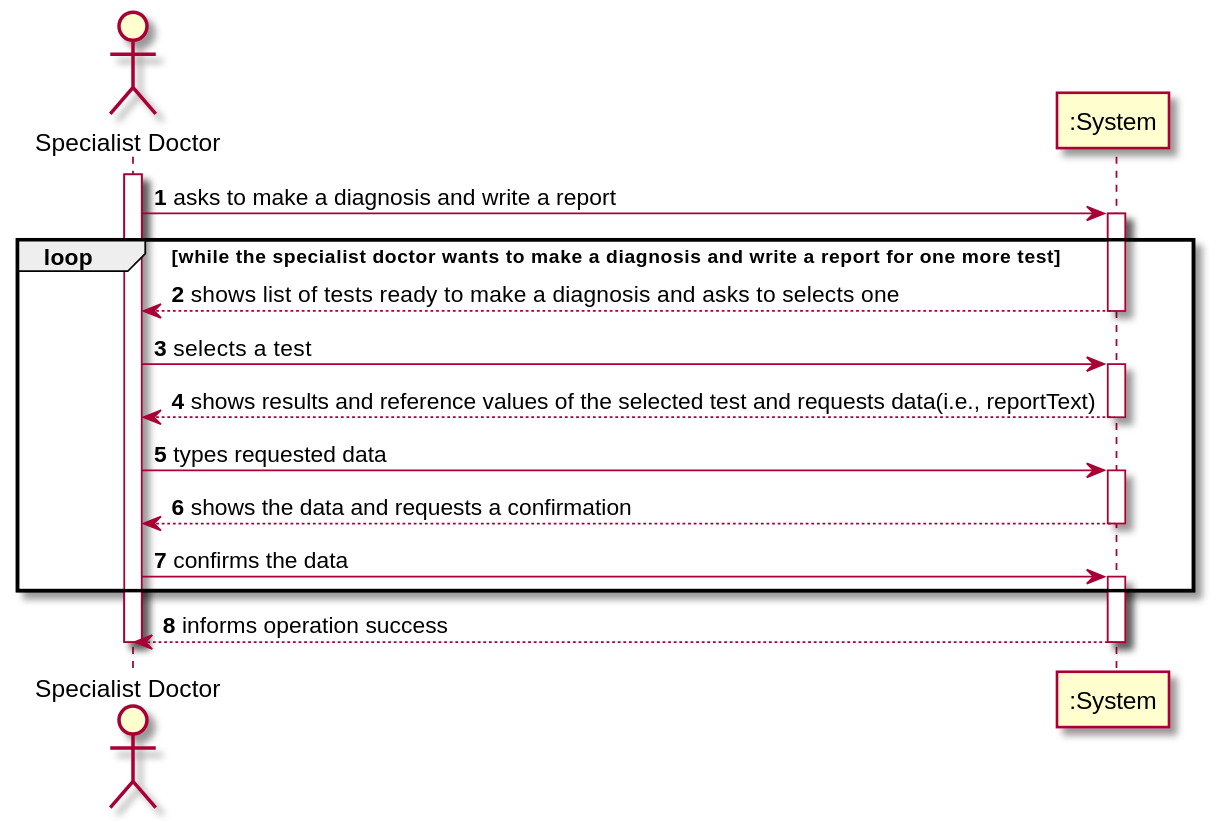
Above: docs/SprintC/US_14/US014_SSD.svg in ana-albergaria/LAPR2-ISEP (PlantUML), before the change.
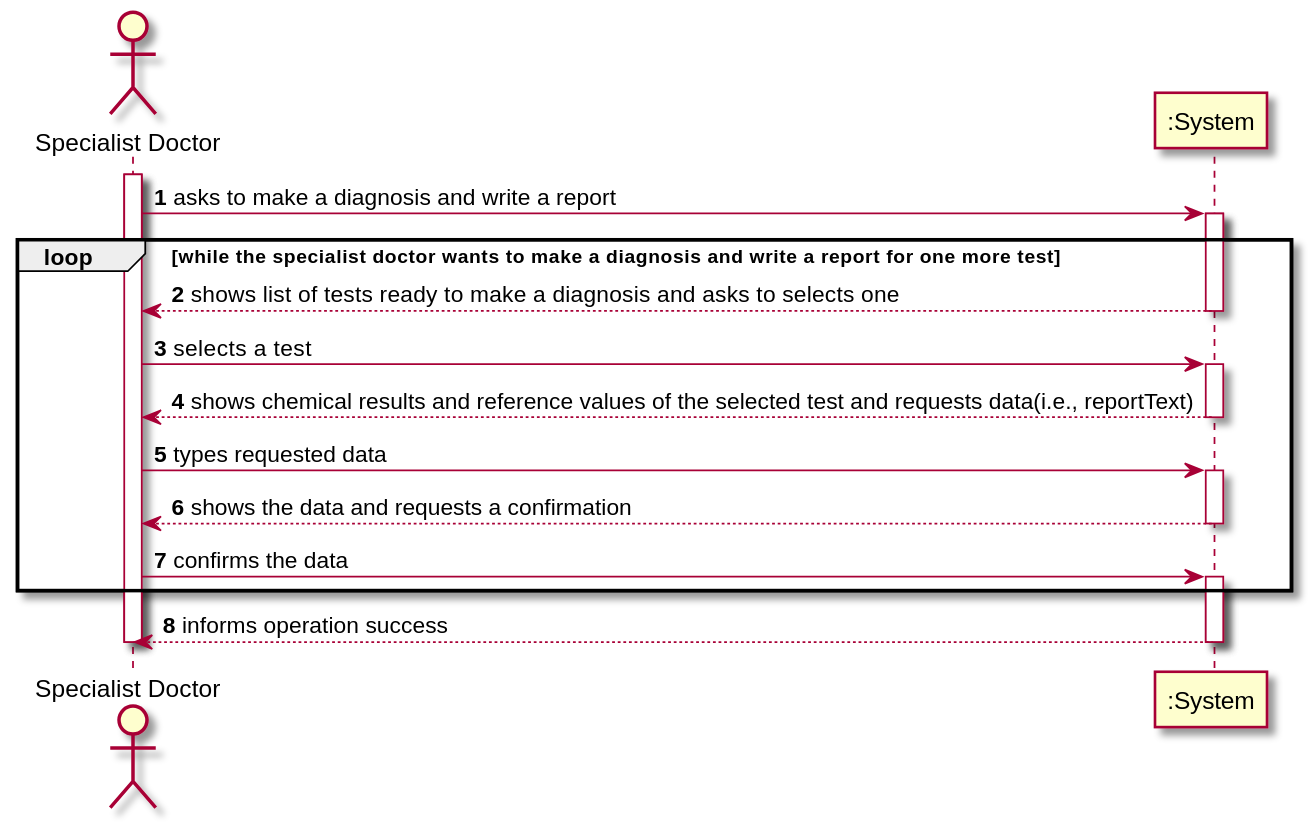
The same diagram one commit later.

Change to the diagram source:
```diff
@@ -11,7 +11,7 @@
 
 SpDt-> ":System" : selects a test
 activate ":System"
-":System" --> SpDt : shows results and reference values of the selected test and requests data(i.e., reportText)
+":System" --> SpDt : shows chemical results and reference values of the selected test and requests data(i.e., reportText)
 deactivate ":System"
 
 SpDt-> ":System" : types requested data
```
